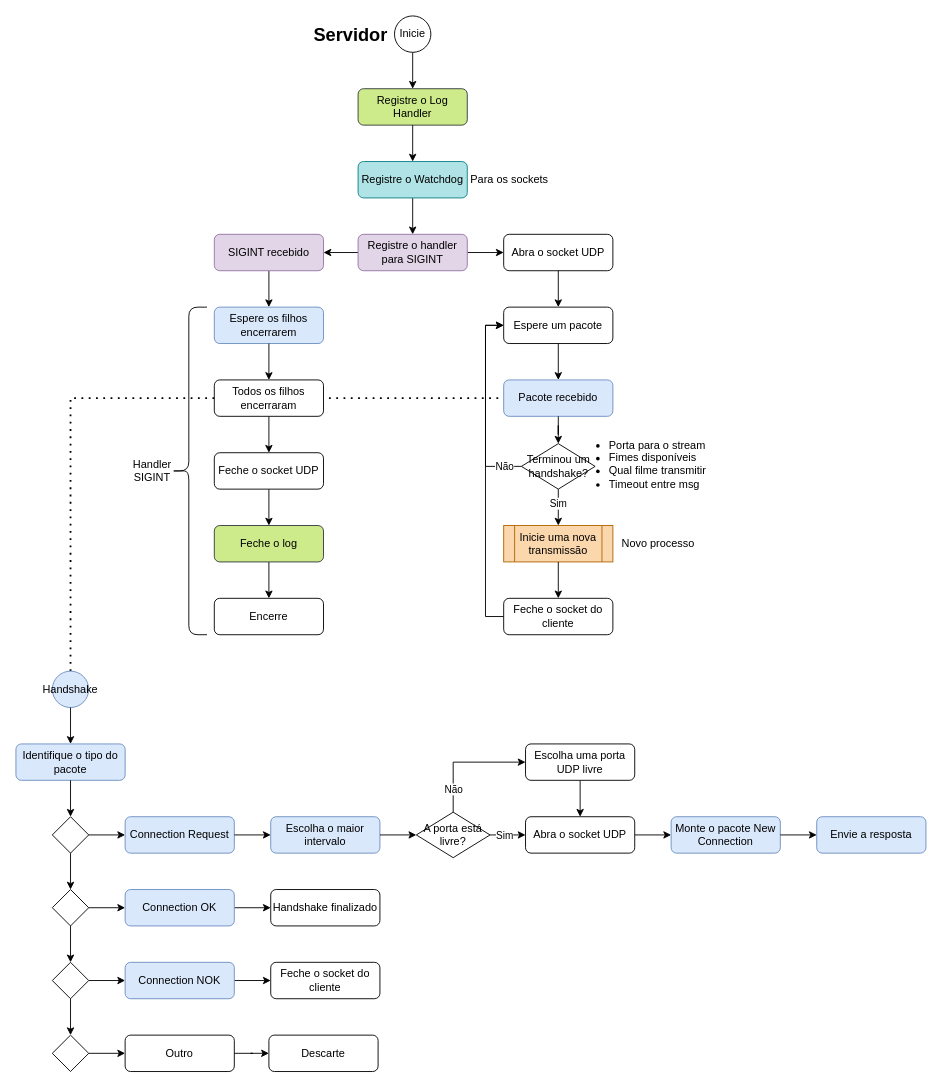
Before: page "Servidor" (1 of 7) of SRT.drawio in nico-ig/UDP-Video-Streaming, a draw.io diagram. Source tidied: cells renumbered, new cells numbered last; positions are measured from the earlier drawing's top-left corner, leaving out a move shared by most shapes. Both pictures are drawn from the tidied source at 91%, with x=0, y=0 at pixel (15, 15).
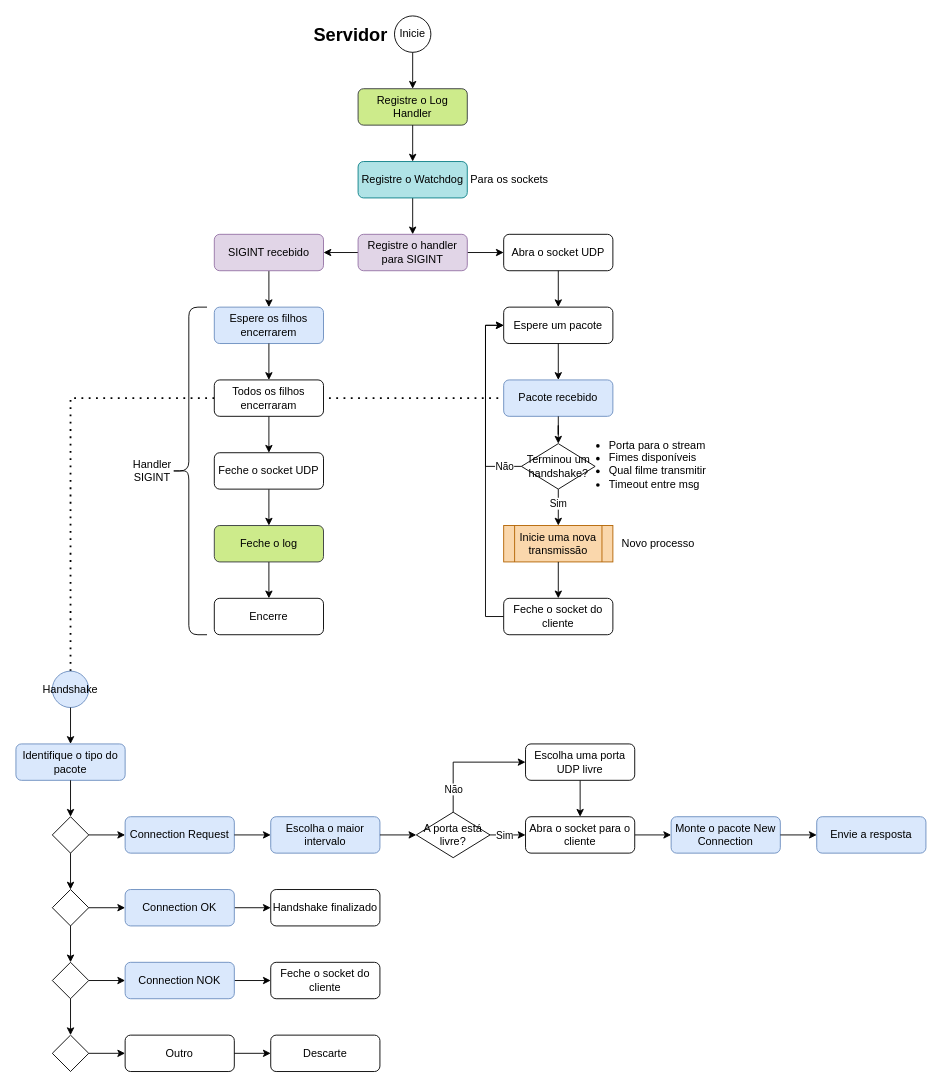
After the change.

Change to the diagram source:
```diff
@@
     <mxCell id="63" value="Descarte" style="rounded=1;whiteSpace=wrap;html=1;" parent="1" vertex="1">
-      <mxGeometry x="278" y="1120" width="120" height="40" as="geometry" />
+      <mxGeometry x="280" y="1120" width="120" height="40" as="geometry" />
     </mxCell>
@@
-    <mxCell id="68" value="Abra o socket UDP" style="rounded=1;whiteSpace=wrap;html=1;" parent="1" vertex="1">
+    <mxCell id="68" value="Abra o socket para o cliente" style="rounded=1;whiteSpace=wrap;html=1;" parent="1" vertex="1">
       <mxGeometry x="560" y="880" width="120" height="40" as="geometry" />
     </mxCell>
```
